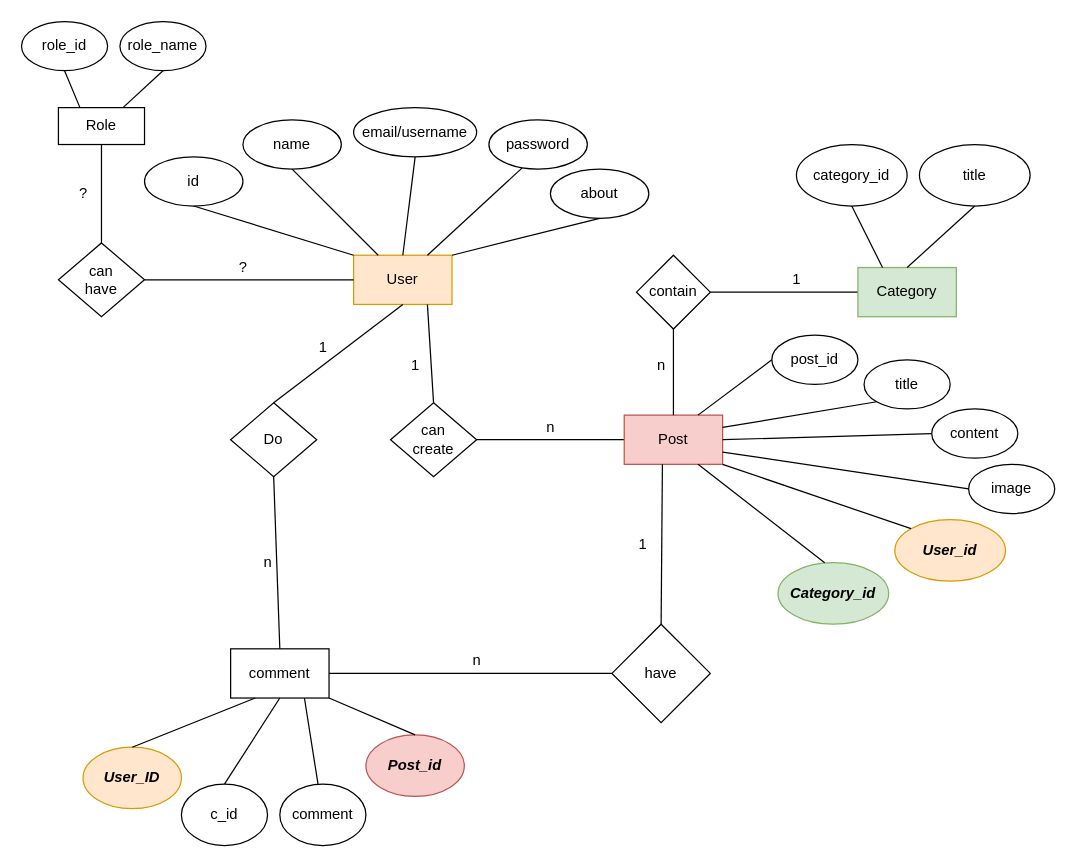
Before: blog-app-er-diagram.drawio in rishabhnigam007/blog-app-backend, a draw.io diagram. Source tidied: cells renumbered, new cells numbered last; positions are measured from the earlier drawing's top-left corner, leaving out a move shared by most shapes. Both pictures are drawn from the tidied source at 123%, with x=0, y=0 at pixel (21, 21).
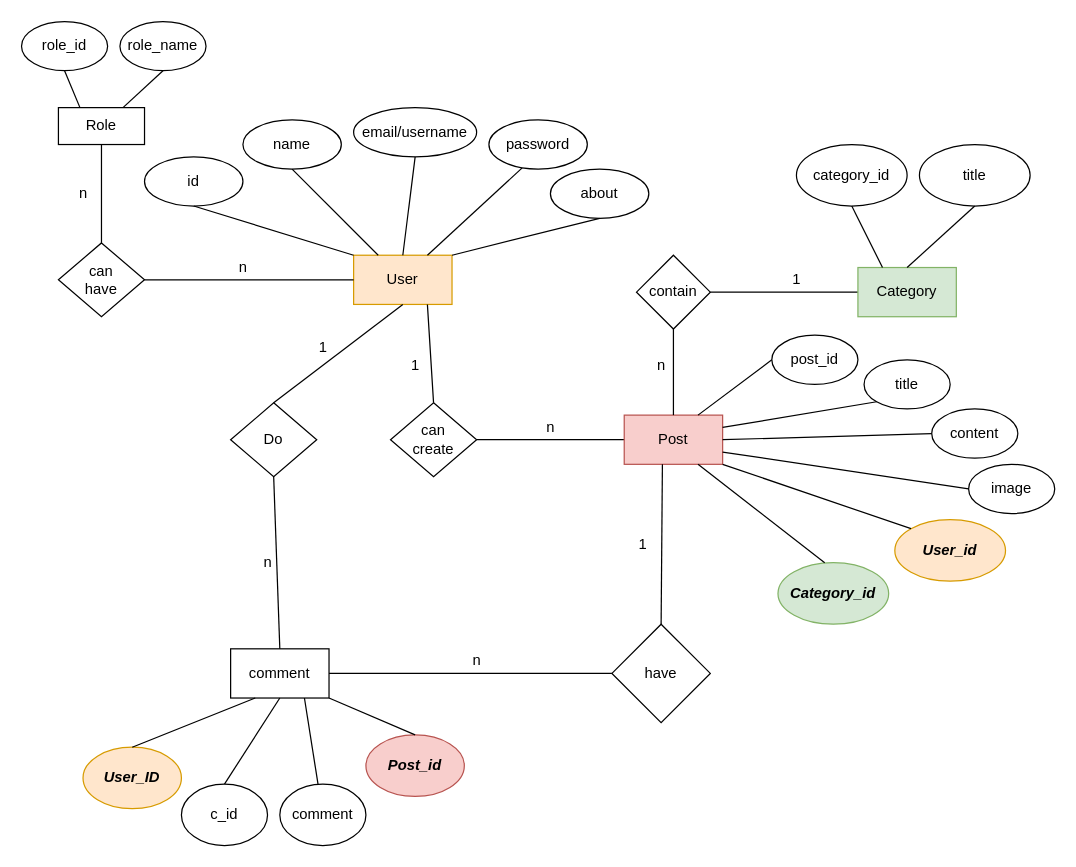
The same diagram, later.

The edit, as a diff of the source:
```diff
@@
-    <mxCell id="68" value="?" style="text;html=1;align=center;verticalAlign=middle;strokeColor=none;fillColor=none;" parent="1" vertex="1">
+    <mxCell id="68" value="n" style="text;html=1;align=center;verticalAlign=middle;strokeColor=none;fillColor=none;" parent="1" vertex="1">
       <mxGeometry x="35" y="125" width="30" height="30" as="geometry" />
     </mxCell>
-    <mxCell id="69" value="?" style="text;html=1;align=center;verticalAlign=middle;strokeColor=none;fillColor=none;" parent="1" vertex="1">
+    <mxCell id="69" value="n" style="text;html=1;align=center;verticalAlign=middle;strokeColor=none;fillColor=none;" parent="1" vertex="1">
       <mxGeometry x="165" y="185" width="30" height="30" as="geometry" />
     </mxCell>
```
